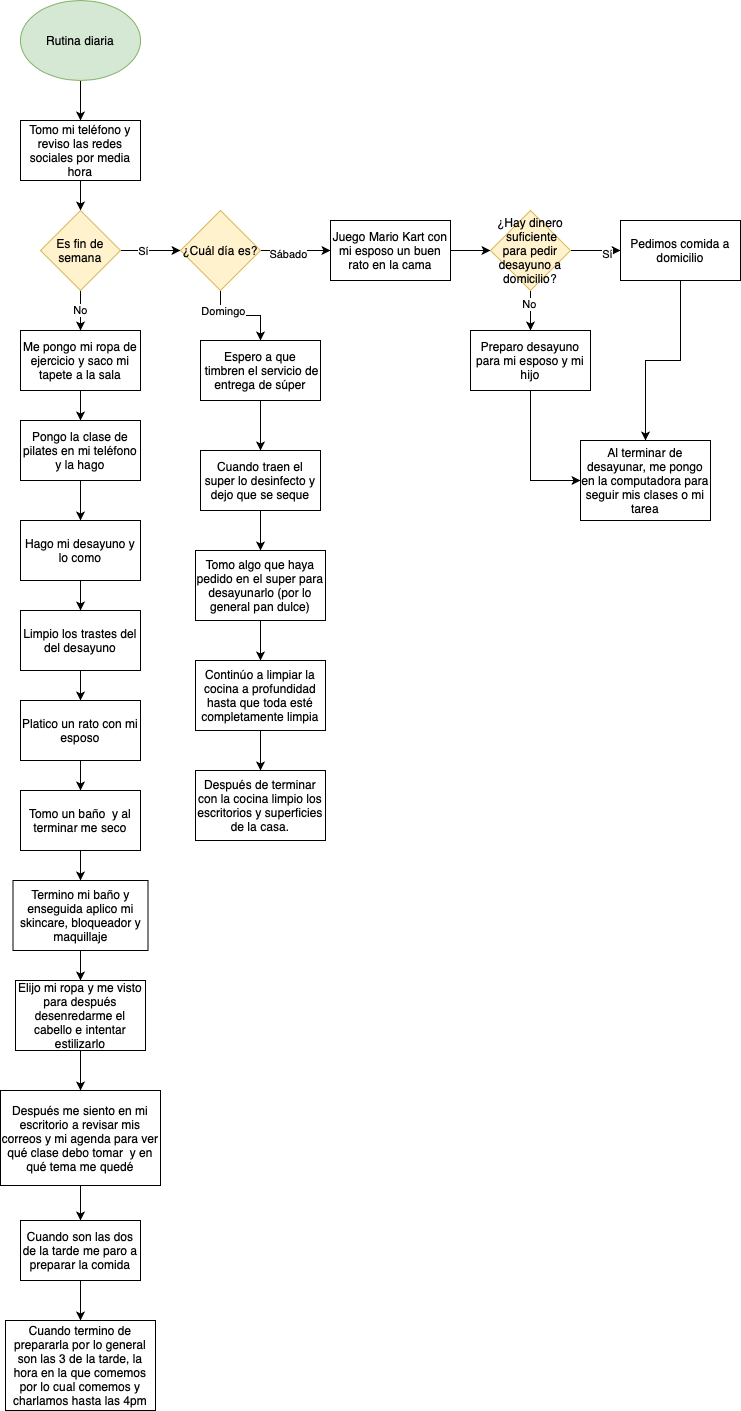
missphoneme/ejercicios-kodemia keeps this draw.io diagram as Rutina diaria.png. Above is the earlier version. Source tidied: cells renumbered, new cells last; positions are measured from the earlier drawing's top-left corner, leaving out a move shared by most shapes.
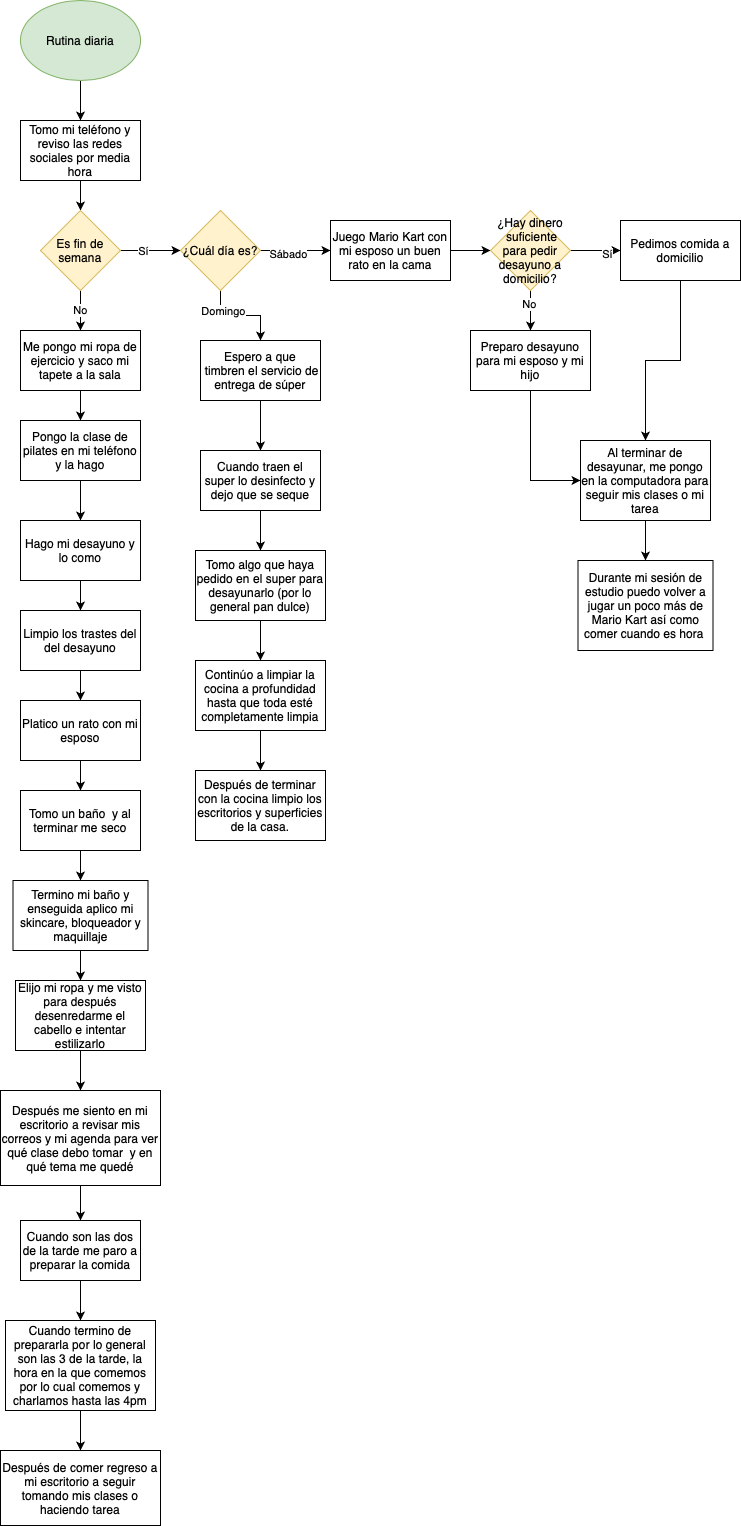
Later version of the same file.

The edit, as a diff of the source:
```diff
@@ -149,6 +149,9 @@
     <mxCell id="50" value="Después de terminar con la cocina limpio los escritorios y superficies de la casa." style="whiteSpace=wrap;html=1;rounded=0;" parent="1" vertex="1">
       <mxGeometry x="195" y="770" width="130" height="70" as="geometry" />
     </mxCell>
+    <mxCell id="57" style="edgeStyle=orthogonalEdgeStyle;rounded=0;jettySize=auto;html=1;" parent="1" edge="1" source="51" target="60">
+      <mxGeometry relative="1" as="geometry" />
+    </mxCell>
     <mxCell id="51" value="Al terminar de desayunar, me pongo en la computadora para seguir mis clases o mi tarea" style="rounded=0;whiteSpace=wrap;html=1;" parent="1" vertex="1">
       <mxGeometry x="580" y="440" width="130" height="80" as="geometry" />
     </mxCell>
@@ -164,8 +167,17 @@
     <mxCell id="55" value="Cuando son las dos de la tarde me paro a preparar la comida" style="whiteSpace=wrap;html=1;rounded=0;" parent="1" vertex="1">
       <mxGeometry x="20" y="1220" width="120" height="60" as="geometry" />
     </mxCell>
+    <mxCell id="58" style="edgeStyle=orthogonalEdgeStyle;rounded=0;jettySize=auto;html=1;" parent="1" edge="1" source="56" target="59">
+      <mxGeometry relative="1" as="geometry" />
+    </mxCell>
     <mxCell id="56" value="Cuando termino de prepararla por lo general son las 3 de la tarde, la hora en la que comemos por lo cual comemos y charlamos hasta las 4pm" style="whiteSpace=wrap;html=1;rounded=0;" parent="1" vertex="1">
       <mxGeometry x="5" y="1320" width="150" height="90" as="geometry" />
     </mxCell>
+    <mxCell id="59" value="Después de comer regreso a mi escritorio a seguir tomando mis clases o haciendo tarea" style="whiteSpace=wrap;html=1;rounded=0;" parent="1" vertex="1">
+      <mxGeometry y="1450" width="160" height="75" as="geometry" />
+    </mxCell>
+    <mxCell id="60" value="Durante mi sesión de estudio puedo volver a jugar un poco más de Mario Kart así como comer cuando es hora&amp;nbsp;" style="whiteSpace=wrap;html=1;rounded=0;" parent="1" vertex="1">
+      <mxGeometry x="577.5" y="560" width="135" height="90" as="geometry" />
+    </mxCell>
   </root>
 </mxGraphModel>
```
